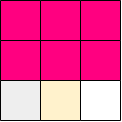
The draw.io diagram src/img/wilsonWay/WilsonWay07.drawio.png in bert799/desprog-projeto-wilson, before a commit. Source tidied: cells renumbered, new cells last; positions are measured from the earlier drawing's top-left corner, leaving out a move shared by most shapes. The source it was exported from:
```xml
<mxGraphModel>
  <root>
    <mxCell id="0" />
    <mxCell id="1" parent="0" />
    <mxCell id="2" style="rounded=0;whiteSpace=wrap;html=1;fillColor=#FF0080;strokeColor=none;" parent="1" vertex="1">
      <mxGeometry width="120" height="120" as="geometry" />
    </mxCell>
    <mxCell id="3" style="rounded=0;whiteSpace=wrap;html=1;fillColor=#eeeeee;strokeColor=none;" parent="1" vertex="1">
      <mxGeometry y="80" width="40" height="40" as="geometry" />
    </mxCell>
    <mxCell id="4" style="rounded=0;whiteSpace=wrap;html=1;strokeColor=none;" parent="1" vertex="1">
      <mxGeometry x="80" y="80" width="40" height="40" as="geometry" />
    </mxCell>
    <mxCell id="5" style="rounded=0;whiteSpace=wrap;html=1;fillColor=#fff2cc;strokeColor=none;gradientColor=none;" parent="1" vertex="1">
      <mxGeometry x="40" y="80" width="40" height="40" as="geometry" />
    </mxCell>
    <mxCell id="6" style="endArrow=none;html=1;rounded=0;entryX=1;entryY=1;entryDx=0;entryDy=0;exitX=0;exitY=0;exitDx=0;exitDy=0;" parent="1" edge="1">
      <mxGeometry relative="1" as="geometry">
        <mxPoint y="120" as="sourcePoint" />
        <mxPoint x="40" y="120" as="targetPoint" />
      </mxGeometry>
    </mxCell>
    <mxCell id="7" style="endArrow=none;html=1;rounded=0;entryX=1;entryY=1;entryDx=0;entryDy=0;exitX=0;exitY=0;exitDx=0;exitDy=0;" parent="1" edge="1">
      <mxGeometry relative="1" as="geometry">
        <mxPoint x="40" y="120" as="sourcePoint" />
        <mxPoint x="80" y="120" as="targetPoint" />
      </mxGeometry>
    </mxCell>
    <mxCell id="8" style="endArrow=none;html=1;rounded=0;entryX=1;entryY=1;entryDx=0;entryDy=0;exitX=0;exitY=0;exitDx=0;exitDy=0;" parent="1" edge="1">
      <mxGeometry relative="1" as="geometry">
        <mxPoint x="80" y="120" as="sourcePoint" />
        <mxPoint x="120" y="120" as="targetPoint" />
      </mxGeometry>
    </mxCell>
    <mxCell id="9" style="endArrow=none;html=1;rounded=0;entryX=1;entryY=1;entryDx=0;entryDy=0;exitX=0;exitY=0;exitDx=0;exitDy=0;" parent="1" edge="1">
      <mxGeometry relative="1" as="geometry">
        <mxPoint y="80" as="sourcePoint" />
        <mxPoint x="40" y="80" as="targetPoint" />
      </mxGeometry>
    </mxCell>
    <mxCell id="10" style="endArrow=none;html=1;rounded=0;entryX=1;entryY=1;entryDx=0;entryDy=0;exitX=0;exitY=0;exitDx=0;exitDy=0;" parent="1" edge="1">
      <mxGeometry relative="1" as="geometry">
        <mxPoint as="sourcePoint" />
        <mxPoint x="40" as="targetPoint" />
      </mxGeometry>
    </mxCell>
    <mxCell id="11" style="endArrow=none;html=1;rounded=0;entryX=1;entryY=1;entryDx=0;entryDy=0;exitX=0;exitY=0;exitDx=0;exitDy=0;" parent="1" edge="1">
      <mxGeometry relative="1" as="geometry">
        <mxPoint x="40" as="sourcePoint" />
        <mxPoint x="80" as="targetPoint" />
      </mxGeometry>
    </mxCell>
    <mxCell id="12" style="endArrow=none;html=1;rounded=0;entryX=1;entryY=1;entryDx=0;entryDy=0;exitX=0;exitY=0;exitDx=0;exitDy=0;" parent="1" edge="1">
      <mxGeometry relative="1" as="geometry">
        <mxPoint x="40" y="40" as="sourcePoint" />
        <mxPoint x="80" y="40" as="targetPoint" />
      </mxGeometry>
    </mxCell>
    <mxCell id="13" style="endArrow=none;html=1;rounded=0;exitX=1;exitY=1;exitDx=0;exitDy=0;entryX=1;entryY=0;entryDx=0;entryDy=0;" parent="1" edge="1" source="4" target="4">
      <mxGeometry relative="1" as="geometry" />
    </mxCell>
    <mxCell id="14" style="endArrow=none;html=1;rounded=0;entryX=1;entryY=1;entryDx=0;entryDy=0;exitX=1;exitY=1;exitDx=0;exitDy=0;" parent="1" edge="1">
      <mxGeometry relative="1" as="geometry">
        <mxPoint x="80" y="120" as="sourcePoint" />
        <mxPoint x="80" y="80" as="targetPoint" />
      </mxGeometry>
    </mxCell>
    <mxCell id="15" style="endArrow=none;html=1;rounded=0;entryX=1;entryY=1;entryDx=0;entryDy=0;" parent="1" edge="1">
      <mxGeometry relative="1" as="geometry">
        <mxPoint x="80" y="80" as="sourcePoint" />
        <mxPoint x="80" y="40" as="targetPoint" />
      </mxGeometry>
    </mxCell>
    <mxCell id="16" style="endArrow=none;html=1;rounded=0;entryX=1;entryY=1;entryDx=0;entryDy=0;exitX=1;exitY=1;exitDx=0;exitDy=0;" parent="1" edge="1">
      <mxGeometry relative="1" as="geometry">
        <mxPoint x="40" y="120" as="sourcePoint" />
        <mxPoint x="40" y="80" as="targetPoint" />
      </mxGeometry>
    </mxCell>
    <mxCell id="17" style="endArrow=none;html=1;rounded=0;entryX=1;entryY=1;entryDx=0;entryDy=0;exitX=1;exitY=1;exitDx=0;exitDy=0;" parent="1" edge="1">
      <mxGeometry relative="1" as="geometry">
        <mxPoint y="120" as="sourcePoint" />
        <mxPoint y="80" as="targetPoint" />
      </mxGeometry>
    </mxCell>
    <mxCell id="18" style="endArrow=none;html=1;rounded=0;entryX=1;entryY=1;entryDx=0;entryDy=0;" parent="1" edge="1">
      <mxGeometry relative="1" as="geometry">
        <mxPoint y="80" as="sourcePoint" />
        <mxPoint y="40" as="targetPoint" />
      </mxGeometry>
    </mxCell>
    <mxCell id="19" style="endArrow=none;html=1;rounded=0;entryX=1;entryY=1;entryDx=0;entryDy=0;" parent="1" edge="1">
      <mxGeometry relative="1" as="geometry">
        <mxPoint y="40" as="sourcePoint" />
        <mxPoint as="targetPoint" />
      </mxGeometry>
    </mxCell>
    <mxCell id="20" style="endArrow=none;html=1;rounded=0;entryX=1;entryY=1;entryDx=0;entryDy=0;exitX=0;exitY=0;exitDx=0;exitDy=0;" parent="1" edge="1">
      <mxGeometry relative="1" as="geometry">
        <mxPoint x="80" as="sourcePoint" />
        <mxPoint x="120" as="targetPoint" />
      </mxGeometry>
    </mxCell>
    <mxCell id="21" style="endArrow=none;html=1;rounded=0;entryX=1;entryY=1;entryDx=0;entryDy=0;" parent="1" edge="1">
      <mxGeometry relative="1" as="geometry">
        <mxPoint x="120" y="40" as="sourcePoint" />
        <mxPoint x="120" as="targetPoint" />
      </mxGeometry>
    </mxCell>
    <mxCell id="22" style="endArrow=none;html=1;rounded=0;entryX=1;entryY=1;entryDx=0;entryDy=0;" parent="1" edge="1">
      <mxGeometry relative="1" as="geometry">
        <mxPoint x="80" y="80" as="sourcePoint" />
        <mxPoint x="80" y="40" as="targetPoint" />
      </mxGeometry>
    </mxCell>
    <mxCell id="23" style="endArrow=none;html=1;rounded=0;entryX=1;entryY=1;entryDx=0;entryDy=0;" parent="1" edge="1">
      <mxGeometry relative="1" as="geometry">
        <mxPoint x="120" y="80" as="sourcePoint" />
        <mxPoint x="120" y="40" as="targetPoint" />
      </mxGeometry>
    </mxCell>
    <mxCell id="24" style="endArrow=none;html=1;rounded=0;entryX=1;entryY=1;entryDx=0;entryDy=0;exitX=0;exitY=0;exitDx=0;exitDy=0;" parent="1" edge="1">
      <mxGeometry relative="1" as="geometry">
        <mxPoint x="80" y="80" as="sourcePoint" />
        <mxPoint x="120" y="80" as="targetPoint" />
      </mxGeometry>
    </mxCell>
    <mxCell id="25" style="endArrow=none;html=1;rounded=0;entryX=1;entryY=1;entryDx=0;entryDy=0;" parent="1" edge="1">
      <mxGeometry relative="1" as="geometry">
        <mxPoint x="40" y="80" as="sourcePoint" />
        <mxPoint x="40" y="40" as="targetPoint" />
      </mxGeometry>
    </mxCell>
    <mxCell id="26" style="endArrow=none;html=1;rounded=0;entryX=1;entryY=1;entryDx=0;entryDy=0;" parent="1" edge="1">
      <mxGeometry relative="1" as="geometry">
        <mxPoint x="40" y="40" as="sourcePoint" />
        <mxPoint x="40" as="targetPoint" />
      </mxGeometry>
    </mxCell>
    <mxCell id="27" style="endArrow=none;html=1;rounded=0;entryX=1;entryY=1;entryDx=0;entryDy=0;" parent="1" edge="1">
      <mxGeometry relative="1" as="geometry">
        <mxPoint x="80" y="40" as="sourcePoint" />
        <mxPoint x="80" as="targetPoint" />
      </mxGeometry>
    </mxCell>
    <mxCell id="28" style="endArrow=none;html=1;rounded=0;entryX=1;entryY=1;entryDx=0;entryDy=0;exitX=0;exitY=0;exitDx=0;exitDy=0;" parent="1" edge="1">
      <mxGeometry relative="1" as="geometry">
        <mxPoint y="40" as="sourcePoint" />
        <mxPoint x="40" y="40" as="targetPoint" />
      </mxGeometry>
    </mxCell>
    <mxCell id="29" style="endArrow=none;html=1;rounded=0;entryX=1;entryY=1;entryDx=0;entryDy=0;exitX=0;exitY=0;exitDx=0;exitDy=0;" parent="1" edge="1">
      <mxGeometry relative="1" as="geometry">
        <mxPoint x="80" y="40" as="sourcePoint" />
        <mxPoint x="120" y="40" as="targetPoint" />
      </mxGeometry>
    </mxCell>
    <mxCell id="30" style="endArrow=none;html=1;rounded=0;entryX=1;entryY=1;entryDx=0;entryDy=0;exitX=0;exitY=0;exitDx=0;exitDy=0;" parent="1" edge="1">
      <mxGeometry relative="1" as="geometry">
        <mxPoint x="40" y="80" as="sourcePoint" />
        <mxPoint x="80" y="80" as="targetPoint" />
      </mxGeometry>
    </mxCell>
    <mxCell id="31" style="endArrow=none;html=1;rounded=0;entryX=1;entryY=1;entryDx=0;entryDy=0;" parent="1" edge="1">
      <mxGeometry relative="1" as="geometry">
        <mxPoint x="40" y="120" as="sourcePoint" />
        <mxPoint x="40" y="80" as="targetPoint" />
      </mxGeometry>
    </mxCell>
  </root>
</mxGraphModel>
```
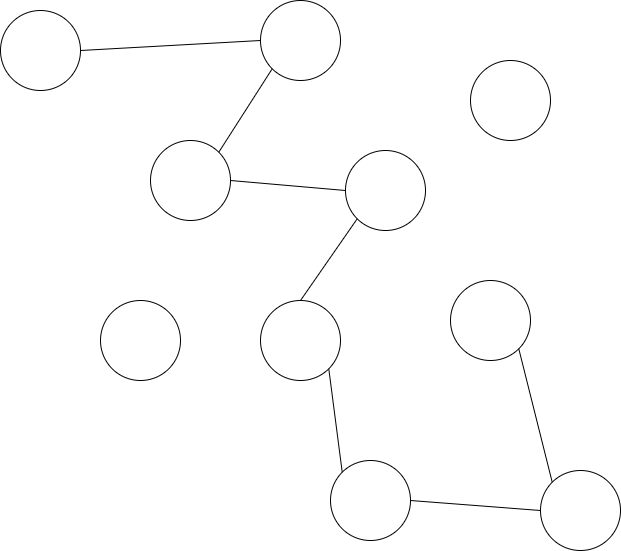
The same diagram one commit later.

What changed in the source:
```diff
@@ -2,170 +2,56 @@
   <root>
     <mxCell id="0" />
     <mxCell id="1" parent="0" />
-    <mxCell id="2" style="rounded=0;whiteSpace=wrap;html=1;fillColor=#FF0080;strokeColor=none;" parent="1" vertex="1">
-      <mxGeometry width="120" height="120" as="geometry" />
-    </mxCell>
-    <mxCell id="3" style="rounded=0;whiteSpace=wrap;html=1;fillColor=#eeeeee;strokeColor=none;" parent="1" vertex="1">
-      <mxGeometry y="80" width="40" height="40" as="geometry" />
-    </mxCell>
-    <mxCell id="4" style="rounded=0;whiteSpace=wrap;html=1;strokeColor=none;" parent="1" vertex="1">
-      <mxGeometry x="80" y="80" width="40" height="40" as="geometry" />
-    </mxCell>
-    <mxCell id="5" style="rounded=0;whiteSpace=wrap;html=1;fillColor=#fff2cc;strokeColor=none;gradientColor=none;" parent="1" vertex="1">
-      <mxGeometry x="40" y="80" width="40" height="40" as="geometry" />
-    </mxCell>
-    <mxCell id="6" style="endArrow=none;html=1;rounded=0;entryX=1;entryY=1;entryDx=0;entryDy=0;exitX=0;exitY=0;exitDx=0;exitDy=0;" parent="1" edge="1">
-      <mxGeometry relative="1" as="geometry">
-        <mxPoint y="120" as="sourcePoint" />
-        <mxPoint x="40" y="120" as="targetPoint" />
-      </mxGeometry>
-    </mxCell>
-    <mxCell id="7" style="endArrow=none;html=1;rounded=0;entryX=1;entryY=1;entryDx=0;entryDy=0;exitX=0;exitY=0;exitDx=0;exitDy=0;" parent="1" edge="1">
-      <mxGeometry relative="1" as="geometry">
-        <mxPoint x="40" y="120" as="sourcePoint" />
-        <mxPoint x="80" y="120" as="targetPoint" />
-      </mxGeometry>
-    </mxCell>
-    <mxCell id="8" style="endArrow=none;html=1;rounded=0;entryX=1;entryY=1;entryDx=0;entryDy=0;exitX=0;exitY=0;exitDx=0;exitDy=0;" parent="1" edge="1">
-      <mxGeometry relative="1" as="geometry">
-        <mxPoint x="80" y="120" as="sourcePoint" />
-        <mxPoint x="120" y="120" as="targetPoint" />
-      </mxGeometry>
-    </mxCell>
-    <mxCell id="9" style="endArrow=none;html=1;rounded=0;entryX=1;entryY=1;entryDx=0;entryDy=0;exitX=0;exitY=0;exitDx=0;exitDy=0;" parent="1" edge="1">
-      <mxGeometry relative="1" as="geometry">
-        <mxPoint y="80" as="sourcePoint" />
-        <mxPoint x="40" y="80" as="targetPoint" />
-      </mxGeometry>
-    </mxCell>
-    <mxCell id="10" style="endArrow=none;html=1;rounded=0;entryX=1;entryY=1;entryDx=0;entryDy=0;exitX=0;exitY=0;exitDx=0;exitDy=0;" parent="1" edge="1">
-      <mxGeometry relative="1" as="geometry">
-        <mxPoint as="sourcePoint" />
-        <mxPoint x="40" as="targetPoint" />
-      </mxGeometry>
-    </mxCell>
-    <mxCell id="11" style="endArrow=none;html=1;rounded=0;entryX=1;entryY=1;entryDx=0;entryDy=0;exitX=0;exitY=0;exitDx=0;exitDy=0;" parent="1" edge="1">
-      <mxGeometry relative="1" as="geometry">
-        <mxPoint x="40" as="sourcePoint" />
-        <mxPoint x="80" as="targetPoint" />
-      </mxGeometry>
-    </mxCell>
-    <mxCell id="12" style="endArrow=none;html=1;rounded=0;entryX=1;entryY=1;entryDx=0;entryDy=0;exitX=0;exitY=0;exitDx=0;exitDy=0;" parent="1" edge="1">
-      <mxGeometry relative="1" as="geometry">
-        <mxPoint x="40" y="40" as="sourcePoint" />
-        <mxPoint x="80" y="40" as="targetPoint" />
-      </mxGeometry>
-    </mxCell>
-    <mxCell id="13" style="endArrow=none;html=1;rounded=0;exitX=1;exitY=1;exitDx=0;exitDy=0;entryX=1;entryY=0;entryDx=0;entryDy=0;" parent="1" edge="1" source="4" target="4">
-      <mxGeometry relative="1" as="geometry" />
-    </mxCell>
-    <mxCell id="14" style="endArrow=none;html=1;rounded=0;entryX=1;entryY=1;entryDx=0;entryDy=0;exitX=1;exitY=1;exitDx=0;exitDy=0;" parent="1" edge="1">
-      <mxGeometry relative="1" as="geometry">
-        <mxPoint x="80" y="120" as="sourcePoint" />
-        <mxPoint x="80" y="80" as="targetPoint" />
-      </mxGeometry>
-    </mxCell>
-    <mxCell id="15" style="endArrow=none;html=1;rounded=0;entryX=1;entryY=1;entryDx=0;entryDy=0;" parent="1" edge="1">
-      <mxGeometry relative="1" as="geometry">
-        <mxPoint x="80" y="80" as="sourcePoint" />
-        <mxPoint x="80" y="40" as="targetPoint" />
-      </mxGeometry>
-    </mxCell>
-    <mxCell id="16" style="endArrow=none;html=1;rounded=0;entryX=1;entryY=1;entryDx=0;entryDy=0;exitX=1;exitY=1;exitDx=0;exitDy=0;" parent="1" edge="1">
-      <mxGeometry relative="1" as="geometry">
-        <mxPoint x="40" y="120" as="sourcePoint" />
-        <mxPoint x="40" y="80" as="targetPoint" />
-      </mxGeometry>
-    </mxCell>
-    <mxCell id="17" style="endArrow=none;html=1;rounded=0;entryX=1;entryY=1;entryDx=0;entryDy=0;exitX=1;exitY=1;exitDx=0;exitDy=0;" parent="1" edge="1">
-      <mxGeometry relative="1" as="geometry">
-        <mxPoint y="120" as="sourcePoint" />
-        <mxPoint y="80" as="targetPoint" />
-      </mxGeometry>
-    </mxCell>
-    <mxCell id="18" style="endArrow=none;html=1;rounded=0;entryX=1;entryY=1;entryDx=0;entryDy=0;" parent="1" edge="1">
-      <mxGeometry relative="1" as="geometry">
-        <mxPoint y="80" as="sourcePoint" />
-        <mxPoint y="40" as="targetPoint" />
-      </mxGeometry>
-    </mxCell>
-    <mxCell id="19" style="endArrow=none;html=1;rounded=0;entryX=1;entryY=1;entryDx=0;entryDy=0;" parent="1" edge="1">
-      <mxGeometry relative="1" as="geometry">
-        <mxPoint y="40" as="sourcePoint" />
-        <mxPoint as="targetPoint" />
-      </mxGeometry>
-    </mxCell>
-    <mxCell id="20" style="endArrow=none;html=1;rounded=0;entryX=1;entryY=1;entryDx=0;entryDy=0;exitX=0;exitY=0;exitDx=0;exitDy=0;" parent="1" edge="1">
-      <mxGeometry relative="1" as="geometry">
-        <mxPoint x="80" as="sourcePoint" />
-        <mxPoint x="120" as="targetPoint" />
-      </mxGeometry>
-    </mxCell>
-    <mxCell id="21" style="endArrow=none;html=1;rounded=0;entryX=1;entryY=1;entryDx=0;entryDy=0;" parent="1" edge="1">
-      <mxGeometry relative="1" as="geometry">
-        <mxPoint x="120" y="40" as="sourcePoint" />
-        <mxPoint x="120" as="targetPoint" />
-      </mxGeometry>
-    </mxCell>
-    <mxCell id="22" style="endArrow=none;html=1;rounded=0;entryX=1;entryY=1;entryDx=0;entryDy=0;" parent="1" edge="1">
-      <mxGeometry relative="1" as="geometry">
-        <mxPoint x="80" y="80" as="sourcePoint" />
-        <mxPoint x="80" y="40" as="targetPoint" />
-      </mxGeometry>
-    </mxCell>
-    <mxCell id="23" style="endArrow=none;html=1;rounded=0;entryX=1;entryY=1;entryDx=0;entryDy=0;" parent="1" edge="1">
-      <mxGeometry relative="1" as="geometry">
-        <mxPoint x="120" y="80" as="sourcePoint" />
-        <mxPoint x="120" y="40" as="targetPoint" />
-      </mxGeometry>
-    </mxCell>
-    <mxCell id="24" style="endArrow=none;html=1;rounded=0;entryX=1;entryY=1;entryDx=0;entryDy=0;exitX=0;exitY=0;exitDx=0;exitDy=0;" parent="1" edge="1">
-      <mxGeometry relative="1" as="geometry">
-        <mxPoint x="80" y="80" as="sourcePoint" />
-        <mxPoint x="120" y="80" as="targetPoint" />
-      </mxGeometry>
-    </mxCell>
-    <mxCell id="25" style="endArrow=none;html=1;rounded=0;entryX=1;entryY=1;entryDx=0;entryDy=0;" parent="1" edge="1">
-      <mxGeometry relative="1" as="geometry">
-        <mxPoint x="40" y="80" as="sourcePoint" />
-        <mxPoint x="40" y="40" as="targetPoint" />
-      </mxGeometry>
+    <mxCell id="25" style="ellipse;whiteSpace=wrap;html=1;" parent="1" vertex="1">
+      <mxGeometry x="-400" y="-170" width="80" height="80" as="geometry" />
     </mxCell>
-    <mxCell id="26" style="endArrow=none;html=1;rounded=0;entryX=1;entryY=1;entryDx=0;entryDy=0;" parent="1" edge="1">
-      <mxGeometry relative="1" as="geometry">
-        <mxPoint x="40" y="40" as="sourcePoint" />
-        <mxPoint x="40" as="targetPoint" />
-      </mxGeometry>
+    <mxCell id="26" style="ellipse;whiteSpace=wrap;html=1;" parent="1" vertex="1">
+      <mxGeometry x="140" y="290" width="80" height="80" as="geometry" />
     </mxCell>
-    <mxCell id="27" style="endArrow=none;html=1;rounded=0;entryX=1;entryY=1;entryDx=0;entryDy=0;" parent="1" edge="1">
-      <mxGeometry relative="1" as="geometry">
-        <mxPoint x="80" y="40" as="sourcePoint" />
-        <mxPoint x="80" as="targetPoint" />
-      </mxGeometry>
+    <mxCell id="27" style="ellipse;whiteSpace=wrap;html=1;" parent="1" vertex="1">
+      <mxGeometry x="-250" y="-40" width="80" height="80" as="geometry" />
     </mxCell>
-    <mxCell id="28" style="endArrow=none;html=1;rounded=0;entryX=1;entryY=1;entryDx=0;entryDy=0;exitX=0;exitY=0;exitDx=0;exitDy=0;" parent="1" edge="1">
-      <mxGeometry relative="1" as="geometry">
-        <mxPoint y="40" as="sourcePoint" />
-        <mxPoint x="40" y="40" as="targetPoint" />
-      </mxGeometry>
+    <mxCell id="28" style="ellipse;whiteSpace=wrap;html=1;" parent="1" vertex="1">
+      <mxGeometry x="-140" y="-180" width="80" height="80" as="geometry" />
     </mxCell>
-    <mxCell id="29" style="endArrow=none;html=1;rounded=0;entryX=1;entryY=1;entryDx=0;entryDy=0;exitX=0;exitY=0;exitDx=0;exitDy=0;" parent="1" edge="1">
-      <mxGeometry relative="1" as="geometry">
-        <mxPoint x="80" y="40" as="sourcePoint" />
-        <mxPoint x="120" y="40" as="targetPoint" />
-      </mxGeometry>
+    <mxCell id="29" style="ellipse;whiteSpace=wrap;html=1;" parent="1" vertex="1">
+      <mxGeometry x="50" y="100" width="80" height="80" as="geometry" />
     </mxCell>
-    <mxCell id="30" style="endArrow=none;html=1;rounded=0;entryX=1;entryY=1;entryDx=0;entryDy=0;exitX=0;exitY=0;exitDx=0;exitDy=0;" parent="1" edge="1">
-      <mxGeometry relative="1" as="geometry">
-        <mxPoint x="40" y="80" as="sourcePoint" />
-        <mxPoint x="80" y="80" as="targetPoint" />
-      </mxGeometry>
+    <mxCell id="30" style="ellipse;whiteSpace=wrap;html=1;" parent="1" vertex="1">
+      <mxGeometry x="-55" y="-30" width="80" height="80" as="geometry" />
     </mxCell>
-    <mxCell id="31" style="endArrow=none;html=1;rounded=0;entryX=1;entryY=1;entryDx=0;entryDy=0;" parent="1" edge="1">
-      <mxGeometry relative="1" as="geometry">
-        <mxPoint x="40" y="120" as="sourcePoint" />
-        <mxPoint x="40" y="80" as="targetPoint" />
-      </mxGeometry>
+    <mxCell id="31" style="ellipse;whiteSpace=wrap;html=1;" parent="1" vertex="1">
+      <mxGeometry x="-140" y="120" width="80" height="80" as="geometry" />
     </mxCell>
+    <mxCell id="32" style="ellipse;whiteSpace=wrap;html=1;" parent="1" vertex="1">
+      <mxGeometry x="-70" y="280" width="80" height="80" as="geometry" />
+    </mxCell>
+    <mxCell id="33" style="endArrow=none;html=1;exitX=1;exitY=0.5;exitDx=0;exitDy=0;entryX=0;entryY=0.5;entryDx=0;entryDy=0;strokeColor=#000000;" parent="1" edge="1" source="32" target="26">
+      <mxGeometry relative="1" as="geometry" />
+    </mxCell>
+    <mxCell id="34" style="endArrow=none;html=1;exitX=1;exitY=1;exitDx=0;exitDy=0;entryX=0;entryY=0;entryDx=0;entryDy=0;strokeColor=#000000;" parent="1" edge="1" source="29" target="26">
+      <mxGeometry relative="1" as="geometry" />
+    </mxCell>
+    <mxCell id="35" style="ellipse;whiteSpace=wrap;html=1;" parent="1" vertex="1">
+      <mxGeometry x="70" y="-120" width="80" height="80" as="geometry" />
+    </mxCell>
+    <mxCell id="36" style="ellipse;whiteSpace=wrap;html=1;" parent="1" vertex="1">
+      <mxGeometry x="-300" y="120" width="80" height="80" as="geometry" />
+    </mxCell>
+    <mxCell id="37" style="endArrow=none;html=1;exitX=1;exitY=0.5;exitDx=0;exitDy=0;entryX=0;entryY=0.5;entryDx=0;entryDy=0;strokeColor=#000000;" parent="1" edge="1" source="25" target="28">
+      <mxGeometry relative="1" as="geometry" />
+    </mxCell>
+    <mxCell id="38" style="endArrow=none;html=1;exitX=1;exitY=0;exitDx=0;exitDy=0;entryX=0;entryY=1;entryDx=0;entryDy=0;strokeColor=#000000;" parent="1" edge="1" source="27" target="28">
+      <mxGeometry relative="1" as="geometry" />
+    </mxCell>
+    <mxCell id="39" style="endArrow=none;html=1;strokeColor=#000000;entryX=1;entryY=0.5;entryDx=0;entryDy=0;exitX=0;exitY=0.5;exitDx=0;exitDy=0;" parent="1" edge="1" source="30" target="27">
+      <mxGeometry relative="1" as="geometry" />
+    </mxCell>
+    <mxCell id="40" style="endArrow=none;html=1;strokeColor=#000000;entryX=0;entryY=1;entryDx=0;entryDy=0;exitX=0.5;exitY=0;exitDx=0;exitDy=0;" parent="1" edge="1" source="31" target="30">
+      <mxGeometry relative="1" as="geometry" />
+    </mxCell>
+    <mxCell id="41" style="endArrow=none;html=1;strokeColor=#000000;entryX=1;entryY=1;entryDx=0;entryDy=0;exitX=0;exitY=0;exitDx=0;exitDy=0;" parent="1" edge="1" source="32" target="31">
+      <mxGeometry relative="1" as="geometry" />
+    </mxCell>
   </root>
 </mxGraphModel>
```
